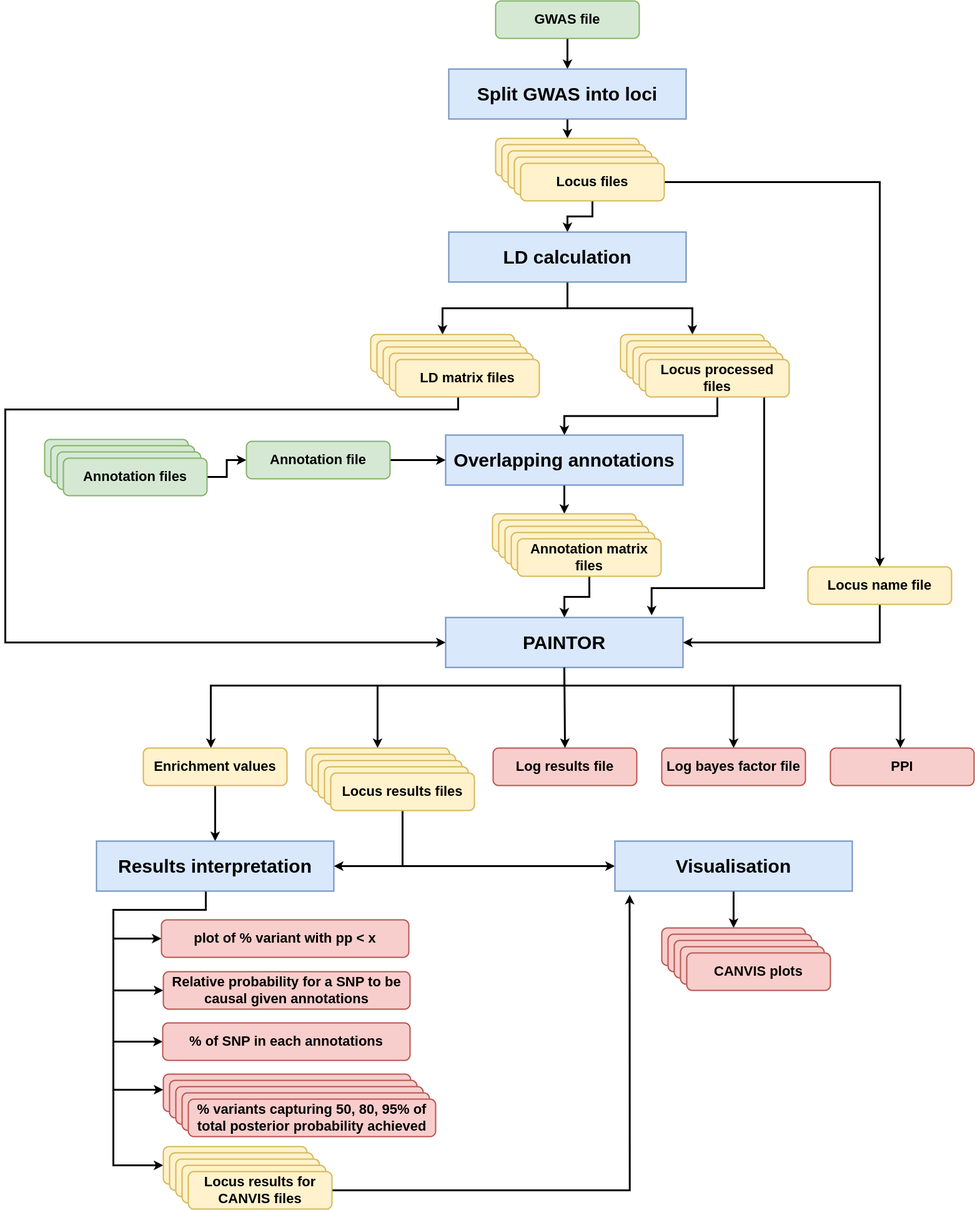
The draw.io diagram files/flowchart_gwas_annotations.drawio.png in sdjebali/PaintorPipe, before a commit. Source tidied: cells renumbered, new cells last; positions are measured from the earlier drawing's top-left corner, leaving out a move shared by most shapes.
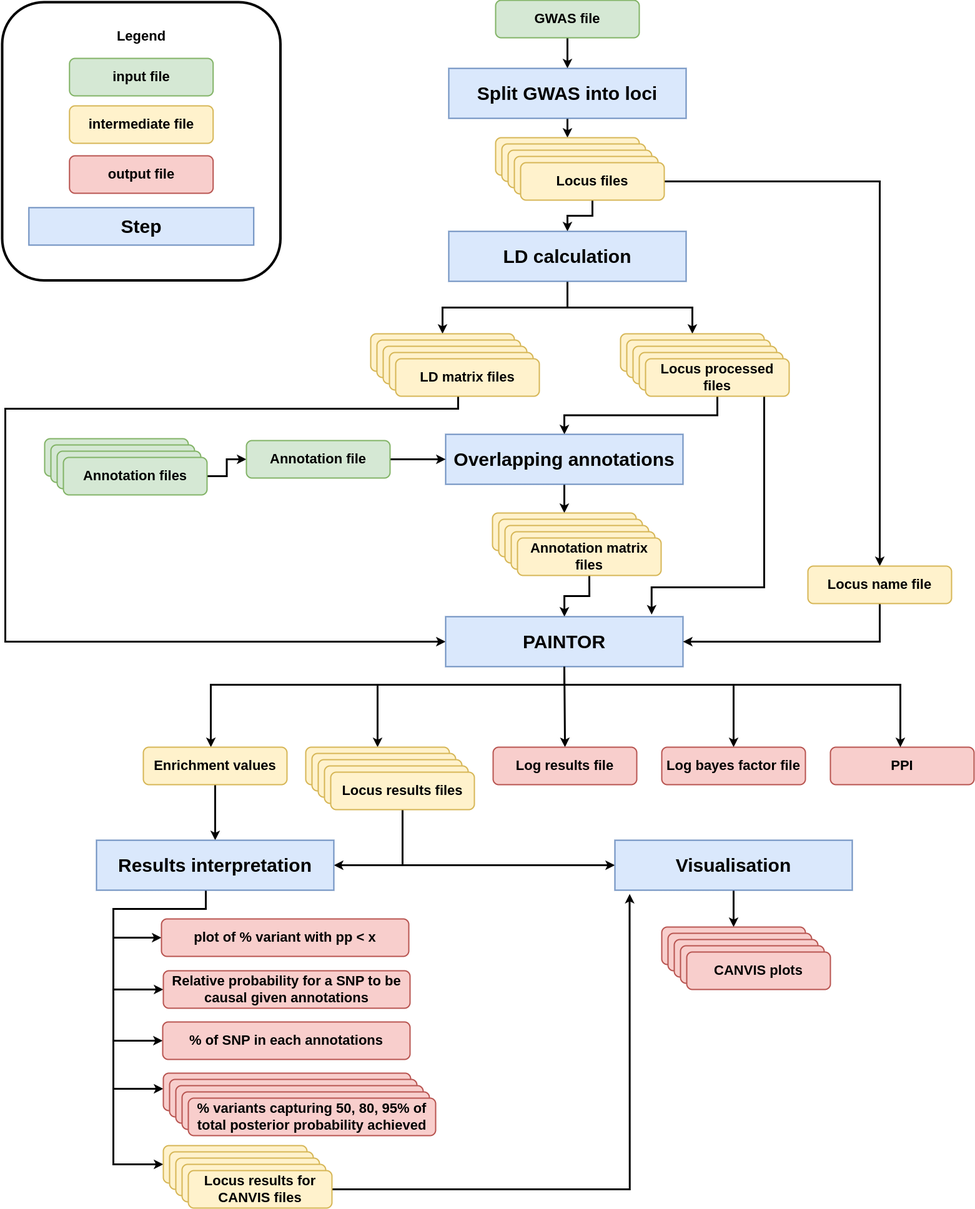
After the change.

The edit, as a diff of the source:
```diff
@@ -8,12 +8,27 @@
     <mxCell id="3" value="&lt;b style=&quot;font-size: 22px;&quot;&gt;GWAS file&lt;/b&gt;" style="rounded=1;whiteSpace=wrap;html=1;fillColor=#d5e8d4;strokeColor=#82b366;strokeWidth=2;perimeterSpacing=0;fontSize=22;" parent="1" vertex="1">
       <mxGeometry x="785" width="230" height="60" as="geometry" />
     </mxCell>
+    <mxCell id="92" value="&lt;b style=&quot;font-size: 22px;&quot;&gt;input file&lt;/b&gt;" style="rounded=1;whiteSpace=wrap;html=1;fillColor=#d5e8d4;strokeColor=#82b366;strokeWidth=2;fontSize=22;" parent="1" vertex="1">
+      <mxGeometry x="102.8" y="93" width="230" height="60" as="geometry" />
+    </mxCell>
+    <mxCell id="93" value="&lt;b style=&quot;font-size: 22px;&quot;&gt;intermediate file&lt;/b&gt;" style="rounded=1;whiteSpace=wrap;html=1;fillColor=#fff2cc;strokeColor=#d6b656;strokeWidth=2;fontSize=22;" parent="1" vertex="1">
+      <mxGeometry x="102.8" y="169" width="230" height="60" as="geometry" />
+    </mxCell>
+    <mxCell id="94" value="&lt;b style=&quot;font-size: 22px;&quot;&gt;output file&lt;/b&gt;" style="rounded=1;whiteSpace=wrap;html=1;fillColor=#f8cecc;strokeColor=#b85450;strokeWidth=2;fontSize=22;" parent="1" vertex="1">
+      <mxGeometry x="102.8" y="249" width="230" height="60" as="geometry" />
+    </mxCell>
     <mxCell id="4" style="edgeStyle=orthogonalEdgeStyle;rounded=0;jettySize=auto;html=1;entryX=0.5;entryY=0;entryDx=0;entryDy=0;strokeWidth=3;fontSize=15;fontColor=#000000;" parent="1" edge="1" source="5" target="6">
       <mxGeometry relative="1" as="geometry" />
     </mxCell>
     <mxCell id="5" value="&lt;b style=&quot;&quot;&gt;&lt;font style=&quot;font-size: 30px;&quot;&gt;Split GWAS into loci&lt;/font&gt;&lt;/b&gt;" style="rounded=0;whiteSpace=wrap;html=1;fillColor=#dae8fc;strokeColor=#6c8ebf;gradientColor=none;strokeWidth=2;fontSize=22;" parent="1" vertex="1">
       <mxGeometry x="710" y="109" width="380" height="80" as="geometry" />
     </mxCell>
+    <mxCell id="95" value="&lt;b style=&quot;&quot;&gt;&lt;font style=&quot;font-size: 30px;&quot;&gt;Step&lt;/font&gt;&lt;/b&gt;" style="rounded=0;whiteSpace=wrap;html=1;fillColor=#dae8fc;strokeColor=#6c8ebf;gradientColor=none;strokeWidth=2;fontSize=22;" parent="1" vertex="1">
+      <mxGeometry x="37.8" y="332" width="360" height="60" as="geometry" />
+    </mxCell>
+    <mxCell id="96" value="&lt;b style=&quot;font-size: 22px;&quot;&gt;&lt;font color=&quot;#000000&quot; style=&quot;font-size: 22px;&quot;&gt;Legend&lt;/font&gt;&lt;/b&gt;" style="text;html=1;strokeColor=none;fillColor=none;align=center;verticalAlign=middle;whiteSpace=wrap;rounded=0;fontSize=22;fontColor=#8fd4ff;" parent="1" vertex="1">
+      <mxGeometry x="187.8" y="43" width="60" height="30" as="geometry" />
+    </mxCell>
     <mxCell id="6" value="&lt;b style=&quot;font-size: 22px;&quot;&gt;Locus files&lt;/b&gt;" style="rounded=1;whiteSpace=wrap;html=1;fillColor=#fff2cc;strokeColor=#d6b656;strokeWidth=2;fontSize=22;" parent="1" vertex="1">
       <mxGeometry x="785" y="220" width="230" height="60" as="geometry" />
     </mxCell>
@@ -351,5 +366,8 @@
         </Array>
       </mxGeometry>
     </mxCell>
+    <mxCell id="97" style="whiteSpace=wrap;html=1;fillColor=none;strokeWidth=4;rounded=1;" parent="1" vertex="1">
+      <mxGeometry x="-5" y="3" width="445.5" height="445.5" as="geometry" />
+    </mxCell>
   </root>
 </mxGraphModel>
```
